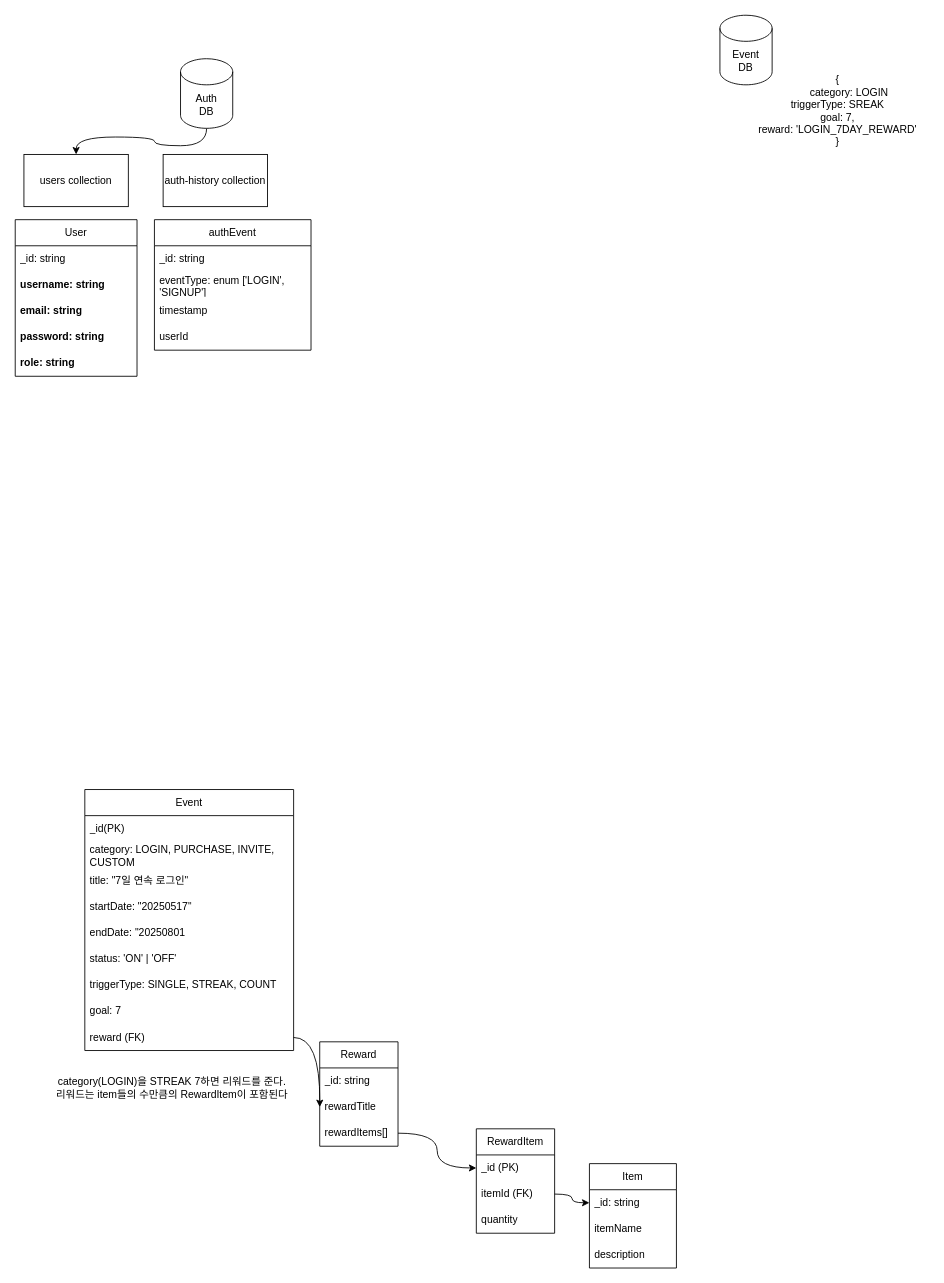
thursdaycurry/nestjs-msa-eventEngine keeps this draw.io diagram as page "erd" (3 of 6) of documents/diagram/diagram.drawio. Above is the earlier version. Source tidied: cells renumbered, new cells numbered last; positions are measured from the earlier drawing's top-left corner, leaving out a move shared by most shapes. Both pictures are drawn from the tidied source at 87%, with x=0, y=0 at pixel (15, 15).
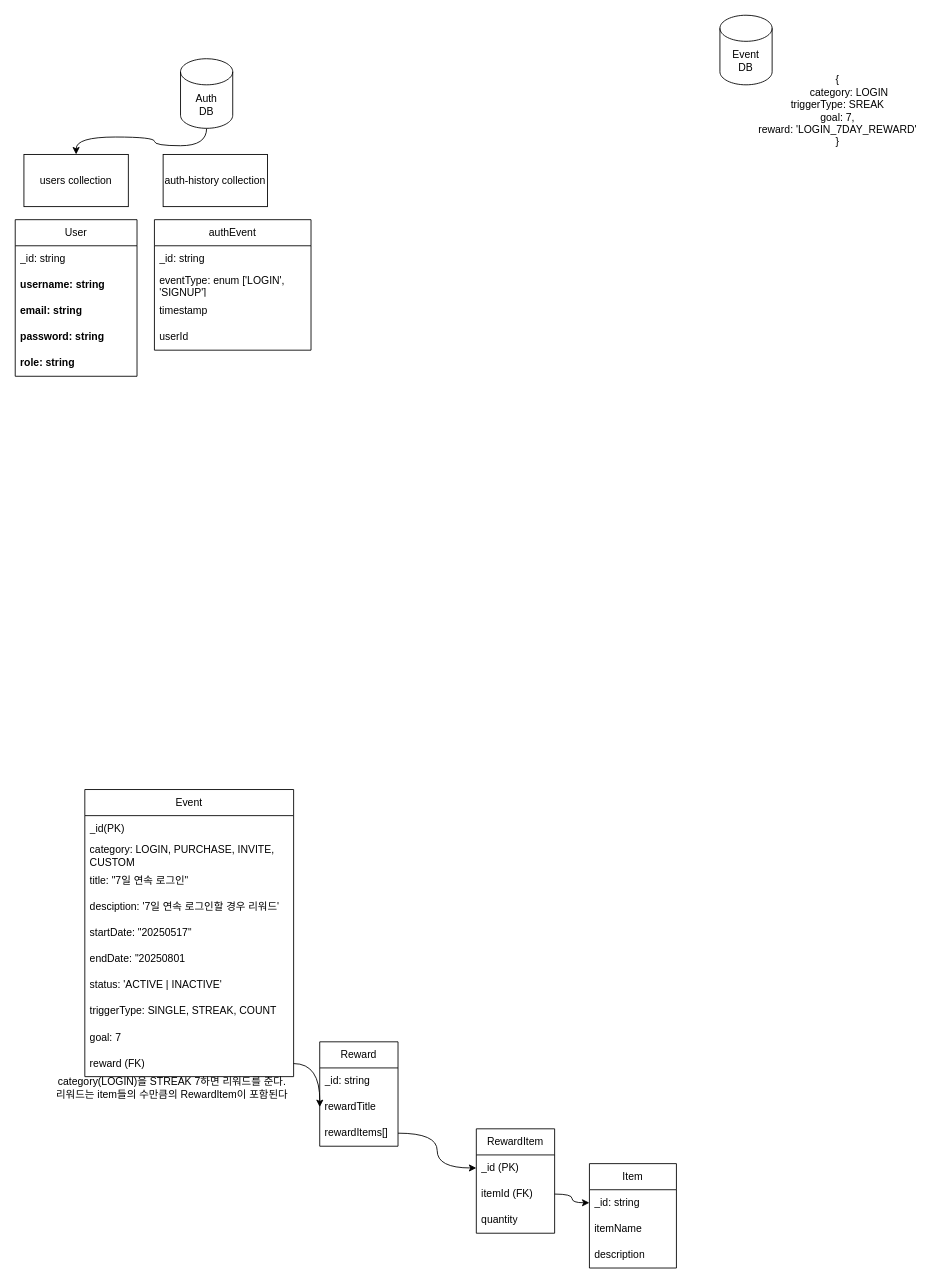
After the change.

Commit message (it also covers changes not shown here):
documents: update rest client and diagrams

Change to the diagram source:
```diff
@@
     <mxCell id="8" value="Event" style="swimlane;fontStyle=0;horizontal=1;startSize=30;whiteSpace=wrap;html=1;" parent="1" vertex="1">
-      <mxGeometry x="80" y="890" width="240" height="300" as="geometry" />
+      <mxGeometry x="80" y="890" width="240" height="330" as="geometry" />
     </mxCell>
@@
+    <mxCell id="45" value="title: &quot;7일 연속 로그인&quot;" style="text;strokeColor=none;fillColor=none;align=left;verticalAlign=middle;spacingLeft=4;spacingRight=4;overflow=hidden;whiteSpace=wrap;html=1;" parent="8" vertex="1">
+      <mxGeometry y="90" width="240" height="30" as="geometry" />
+    </mxCell>
-    <mxCell id="11" value="title: &quot;7일 연속 로그인&quot;" style="text;strokeColor=none;fillColor=none;align=left;verticalAlign=middle;spacingLeft=4;spacingRight=4;overflow=hidden;whiteSpace=wrap;html=1;" parent="8" vertex="1">
-      <mxGeometry y="90" width="240" height="30" as="geometry" />
+    <mxCell id="11" value="desciption: '7일 연속 로그인할 경우 리워드'" style="text;strokeColor=none;fillColor=none;align=left;verticalAlign=middle;spacingLeft=4;spacingRight=4;overflow=hidden;whiteSpace=wrap;html=1;" parent="8" vertex="1">
+      <mxGeometry y="120" width="240" height="30" as="geometry" />
     </mxCell>
     <mxCell id="12" value="startDate: &quot;20250517&quot;" style="text;strokeColor=none;fillColor=none;align=left;verticalAlign=middle;spacingLeft=4;spacingRight=4;overflow=hidden;whiteSpace=wrap;html=1;" parent="8" vertex="1">
-      <mxGeometry y="120" width="240" height="30" as="geometry" />
+      <mxGeometry y="150" width="240" height="30" as="geometry" />
     </mxCell>
     <mxCell id="13" value="endDate: &quot;20250801" style="text;strokeColor=none;fillColor=none;align=left;verticalAlign=middle;spacingLeft=4;spacingRight=4;overflow=hidden;whiteSpace=wrap;html=1;" parent="8" vertex="1">
-      <mxGeometry y="150" width="240" height="30" as="geometry" />
+      <mxGeometry y="180" width="240" height="30" as="geometry" />
     </mxCell>
-    <mxCell id="14" value="status: 'ON' | 'OFF'" style="text;strokeColor=none;fillColor=none;align=left;verticalAlign=middle;spacingLeft=4;spacingRight=4;overflow=hidden;whiteSpace=wrap;html=1;" parent="8" vertex="1">
-      <mxGeometry y="180" width="240" height="30" as="geometry" />
+    <mxCell id="14" value="status: 'ACTIVE | INACTIVE'" style="text;strokeColor=none;fillColor=none;align=left;verticalAlign=middle;spacingLeft=4;spacingRight=4;overflow=hidden;whiteSpace=wrap;html=1;" parent="8" vertex="1">
+      <mxGeometry y="210" width="240" height="30" as="geometry" />
     </mxCell>
     <mxCell id="15" value="triggerType: SINGLE, STREAK, COUNT" style="text;strokeColor=none;fillColor=none;align=left;verticalAlign=middle;spacingLeft=4;spacingRight=4;overflow=hidden;whiteSpace=wrap;html=1;" parent="8" vertex="1">
-      <mxGeometry y="210" width="240" height="30" as="geometry" />
+      <mxGeometry y="240" width="240" height="30" as="geometry" />
     </mxCell>
     <mxCell id="16" value="goal: 7" style="text;strokeColor=none;fillColor=none;align=left;verticalAlign=middle;spacingLeft=4;spacingRight=4;overflow=hidden;whiteSpace=wrap;html=1;" parent="8" vertex="1">
-      <mxGeometry y="240" width="240" height="30" as="geometry" />
+      <mxGeometry y="270" width="240" height="30" as="geometry" />
     </mxCell>
     <mxCell id="17" value="reward (FK)" style="text;strokeColor=none;fillColor=none;align=left;verticalAlign=middle;spacingLeft=4;spacingRight=4;overflow=hidden;points=[[0,0.5],[1,0.5]];portConstraint=eastwest;whiteSpace=wrap;html=1;" parent="8" vertex="1">
-      <mxGeometry y="270" width="240" height="30" as="geometry" />
+      <mxGeometry y="300" width="240" height="30" as="geometry" />
     </mxCell>
```
